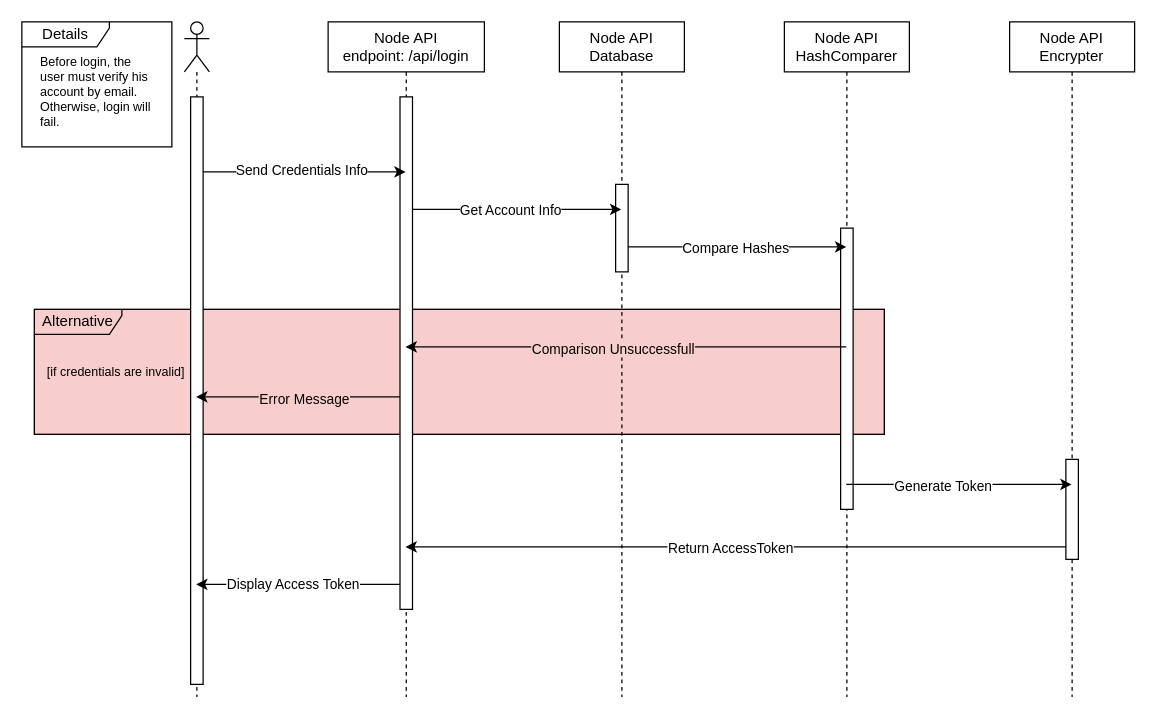
Above: diagrams/UML/node-api.login.sequence.drawio in guimassoqueto/node-clean-api (draw.io), before the change. Source tidied: cells renumbered, new cells numbered last; positions are measured from the earlier drawing's top-left corner, leaving out a move shared by most shapes. Both pictures are drawn from the tidied source at 125%, with x=0, y=0 at pixel (21, 21).
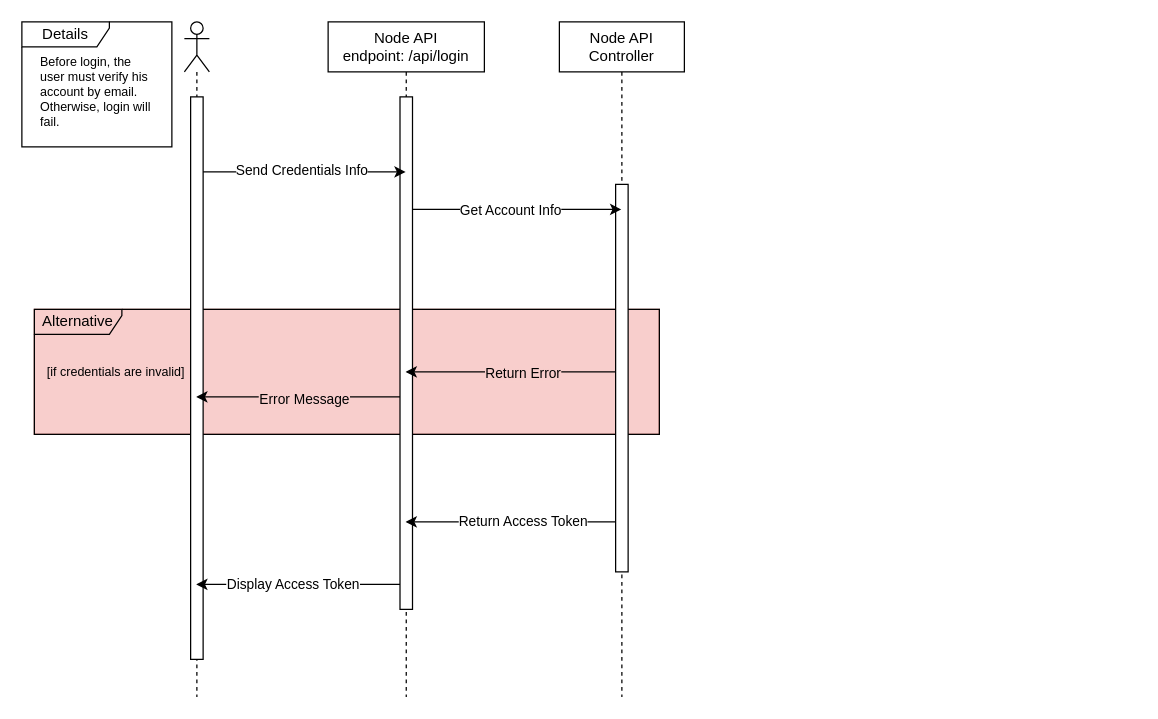
Above is the later version.

Commit message (it also covers changes not shown here):
docs: update sequence diagram

The change refers to these unchanged cells:
```xml
<mxCell id="4" style="shape=umlLifeline;perimeter=lifelinePerimeter;whiteSpace=wrap;html=1;outlineConnect=0;portConstraint=eastwest;newEdgeStyle={&quot;edgeStyle&quot;:&quot;elbowEdgeStyle&quot;,&quot;elbow&quot;:&quot;vertical&quot;,&quot;curved&quot;:0,&quot;rounded&quot;:0};participant=umlActor;" parent="1" vertex="1">
  <mxGeometry x="130" width="20" height="540" as="geometry" />
</mxCell>
<mxCell id="6" value="Node API&lt;br&gt;endpoint: /api/login" style="shape=umlLifeline;perimeter=lifelinePerimeter;whiteSpace=wrap;html=1;outlineConnect=0;portConstraint=eastwest;newEdgeStyle={&quot;edgeStyle&quot;:&quot;elbowEdgeStyle&quot;,&quot;elbow&quot;:&quot;vertical&quot;,&quot;curved&quot;:0,&quot;rounded&quot;:0};" parent="1" vertex="1">
  <mxGeometry x="245" width="125" height="540" as="geometry" />
</mxCell>
```

Diff of the diagram source:
```diff
@@
     <mxCell id="2" style="rounded=0;whiteSpace=wrap;html=1;strokeColor=#b85450;fillColor=#F8CECC;" parent="1" vertex="1">
-      <mxGeometry x="10" y="230" width="680" height="100" as="geometry" />
+      <mxGeometry x="10" y="230" width="500" height="100" as="geometry" />
     </mxCell>
     <mxCell id="3" value="Alternative" style="shape=umlFrame;whiteSpace=wrap;html=1;width=70;height=20;fillColor=none;" parent="1" vertex="1">
-      <mxGeometry x="10" y="230" width="680" height="100" as="geometry" />
+      <mxGeometry x="10" y="230" width="500" height="100" as="geometry" />
     </mxCell>
@@
     <mxCell id="5" style="html=1;points=[];perimeter=orthogonalPerimeter;outlineConnect=0;targetShapes=umlLifeline;portConstraint=eastwest;newEdgeStyle={&quot;edgeStyle&quot;:&quot;elbowEdgeStyle&quot;,&quot;elbow&quot;:&quot;vertical&quot;,&quot;curved&quot;:0,&quot;rounded&quot;:0};" parent="4" vertex="1">
-      <mxGeometry x="5" y="60" width="10" height="470" as="geometry" />
+      <mxGeometry x="5" y="60" width="10" height="450" as="geometry" />
     </mxCell>
@@
+    <mxCell id="33" style="edgeStyle=elbowEdgeStyle;rounded=0;jettySize=auto;html=1;elbow=vertical;curved=0;" parent="1" edge="1" source="8" target="6">
+      <mxGeometry relative="1" as="geometry">
+        <Array as="points">
+          <mxPoint x="400" y="400" />
+        </Array>
+      </mxGeometry>
+    </mxCell>
+    <mxCell id="34" value="Return Access Token" style="edgeLabel;html=1;align=center;verticalAlign=middle;" parent="33" vertex="1">
+      <mxGeometry x="0.14" y="-1" relative="1" as="geometry">
+        <mxPoint x="19" as="offset" />
+      </mxGeometry>
+    </mxCell>
-    <mxCell id="8" value="Node API&lt;br&gt;Database" style="shape=umlLifeline;perimeter=lifelinePerimeter;whiteSpace=wrap;html=1;outlineConnect=0;portConstraint=eastwest;newEdgeStyle={&quot;edgeStyle&quot;:&quot;elbowEdgeStyle&quot;,&quot;elbow&quot;:&quot;vertical&quot;,&quot;curved&quot;:0,&quot;rounded&quot;:0};" parent="1" vertex="1">
+    <mxCell id="8" value="Node API&lt;br&gt;Controller" style="shape=umlLifeline;perimeter=lifelinePerimeter;whiteSpace=wrap;html=1;outlineConnect=0;portConstraint=eastwest;newEdgeStyle={&quot;edgeStyle&quot;:&quot;elbowEdgeStyle&quot;,&quot;elbow&quot;:&quot;vertical&quot;,&quot;curved&quot;:0,&quot;rounded&quot;:0};" parent="1" vertex="1">
       <mxGeometry x="430" width="100" height="540" as="geometry" />
     </mxCell>
     <mxCell id="9" style="html=1;points=[];perimeter=orthogonalPerimeter;outlineConnect=0;targetShapes=umlLifeline;portConstraint=eastwest;newEdgeStyle={&quot;edgeStyle&quot;:&quot;elbowEdgeStyle&quot;,&quot;elbow&quot;:&quot;vertical&quot;,&quot;curved&quot;:0,&quot;rounded&quot;:0};" parent="8" vertex="1">
-      <mxGeometry x="45" y="130" width="10" height="70" as="geometry" />
+      <mxGeometry x="45" y="130" width="10" height="310" as="geometry" />
     </mxCell>
-    <mxCell id="10" value="Node API&lt;br style=&quot;border-color: var(--border-color);&quot;&gt;HashComparer" style="shape=umlLifeline;perimeter=lifelinePerimeter;whiteSpace=wrap;html=1;outlineConnect=0;portConstraint=eastwest;newEdgeStyle={&quot;edgeStyle&quot;:&quot;elbowEdgeStyle&quot;,&quot;elbow&quot;:&quot;vertical&quot;,&quot;curved&quot;:0,&quot;rounded&quot;:0};" parent="1" vertex="1">
-      <mxGeometry x="610" width="100" height="540" as="geometry" />
-    </mxCell>
-    <mxCell id="11" style="html=1;perimeter=orthogonalPerimeter;targetShapes=umlLifeline;newEdgeStyle={&quot;edgeStyle&quot;:&quot;elbowEdgeStyle&quot;,&quot;elbow&quot;:&quot;vertical&quot;,&quot;curved&quot;:0,&quot;rounded&quot;:0};" parent="10" vertex="1">
-      <mxGeometry x="45" y="165" width="10" height="225" as="geometry" />
-    </mxCell>
@@
-    <mxCell id="19" style="edgeStyle=elbowEdgeStyle;rounded=0;jettySize=auto;html=1;elbow=vertical;curved=0;" parent="1" edge="1" target="10">
-      <mxGeometry relative="1" as="geometry">
-        <mxPoint x="485" y="180" as="sourcePoint" />
-        <Array as="points">
-          <mxPoint x="560" y="180" />
-        </Array>
-      </mxGeometry>
-    </mxCell>
-    <mxCell id="20" value="&lt;span style=&quot;&quot;&gt;Compare Hashes&lt;/span&gt;" style="edgeLabel;html=1;align=center;verticalAlign=middle;fontStyle=0;labelBackgroundColor=#FFFFFF;" parent="19" vertex="1">
-      <mxGeometry x="-0.27" relative="1" as="geometry">
-        <mxPoint x="21" as="offset" />
-      </mxGeometry>
-    </mxCell>
-    <mxCell id="21" style="edgeStyle=elbowEdgeStyle;rounded=0;jettySize=auto;html=1;elbow=vertical;curved=0;" parent="1" edge="1" source="10" target="6">
-      <mxGeometry relative="1" as="geometry">
-        <Array as="points">
-          <mxPoint x="540" y="260" />
-          <mxPoint x="620" y="240" />
-        </Array>
-      </mxGeometry>
-    </mxCell>
-    <mxCell id="22" value="Comparison Unsuccessfull" style="edgeLabel;html=1;align=center;verticalAlign=middle;labelBackgroundColor=#F8CECC;" parent="21" vertex="1">
-      <mxGeometry x="0.06" y="1" relative="1" as="geometry" />
-    </mxCell>
-    <mxCell id="23" value="Node API&lt;br&gt;Encrypter" style="shape=umlLifeline;perimeter=lifelinePerimeter;whiteSpace=wrap;html=1;outlineConnect=0;portConstraint=eastwest;newEdgeStyle={&quot;edgeStyle&quot;:&quot;elbowEdgeStyle&quot;,&quot;elbow&quot;:&quot;vertical&quot;,&quot;curved&quot;:0,&quot;rounded&quot;:0};" parent="1" vertex="1">
-      <mxGeometry x="790.2" width="100" height="540" as="geometry" />
-    </mxCell>
-    <mxCell id="24" style="html=1;points=[];perimeter=orthogonalPerimeter;outlineConnect=0;targetShapes=umlLifeline;portConstraint=eastwest;newEdgeStyle={&quot;edgeStyle&quot;:&quot;elbowEdgeStyle&quot;,&quot;elbow&quot;:&quot;vertical&quot;,&quot;curved&quot;:0,&quot;rounded&quot;:0};" parent="23" vertex="1">
-      <mxGeometry x="45" y="350" width="10" height="80" as="geometry" />
-    </mxCell>
-    <mxCell id="25" style="edgeStyle=elbowEdgeStyle;rounded=0;jettySize=auto;html=1;elbow=vertical;curved=0;" parent="1" edge="1" source="24" target="6">
-      <mxGeometry relative="1" as="geometry">
-        <Array as="points">
-          <mxPoint x="750" y="420" />
-          <mxPoint x="830" y="560" />
-          <mxPoint x="780" y="570" />
-          <mxPoint x="800" y="560" />
-        </Array>
-      </mxGeometry>
-    </mxCell>
-    <mxCell id="26" value="Return AccessToken" style="edgeLabel;html=1;align=center;verticalAlign=middle;labelBackgroundColor=#FFFFFF;" parent="25" vertex="1">
-      <mxGeometry x="0.02" y="2" relative="1" as="geometry">
-        <mxPoint y="-2" as="offset" />
-      </mxGeometry>
-    </mxCell>
-    <mxCell id="27" style="edgeStyle=elbowEdgeStyle;rounded=0;jettySize=auto;html=1;elbow=vertical;curved=0;" parent="1" edge="1" source="10" target="23">
-      <mxGeometry relative="1" as="geometry">
-        <Array as="points">
-          <mxPoint x="750" y="370" />
-        </Array>
-      </mxGeometry>
-    </mxCell>
-    <mxCell id="28" value="Generate Token" style="edgeLabel;html=1;align=center;verticalAlign=middle;" parent="27" vertex="1">
-      <mxGeometry x="-0.15" y="-1" relative="1" as="geometry" />
-    </mxCell>
@@
+    <mxCell id="35" style="edgeStyle=elbowEdgeStyle;rounded=0;jettySize=auto;html=1;elbow=vertical;curved=0;" parent="1" edge="1" source="9" target="6">
+      <mxGeometry relative="1" as="geometry">
+        <Array as="points">
+          <mxPoint x="390" y="280" />
+        </Array>
+      </mxGeometry>
+    </mxCell>
+    <mxCell id="36" value="Return Error" style="edgeLabel;html=1;align=center;verticalAlign=middle;labelBackgroundColor=#F8CECC;" parent="35" vertex="1">
+      <mxGeometry x="-0.11" y="1" relative="1" as="geometry">
+        <mxPoint y="-1" as="offset" />
+      </mxGeometry>
+    </mxCell>
```
